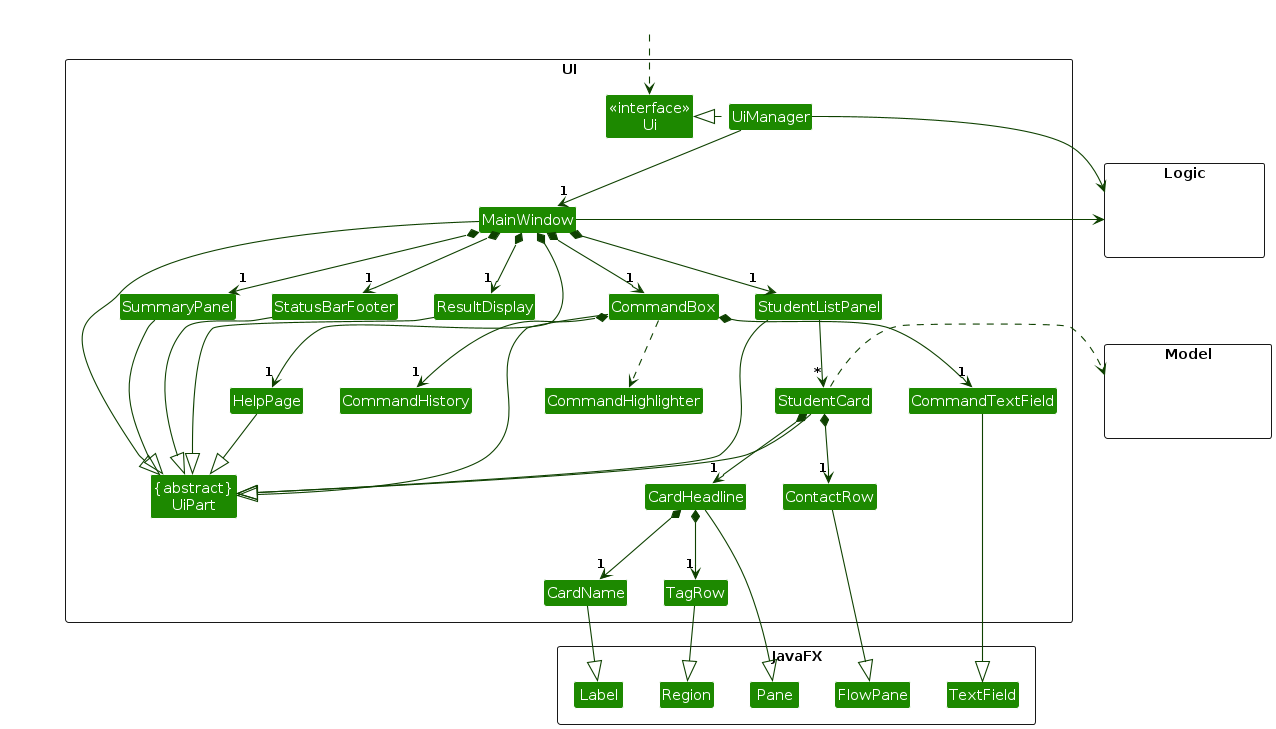
The PlantUML diagram diagrams/UiClassDiagram.png in AY2627S1-CS2103T-T16-1/tp, before a commit. Its source is kept beside it as diagrams/UiClassDiagram.puml.
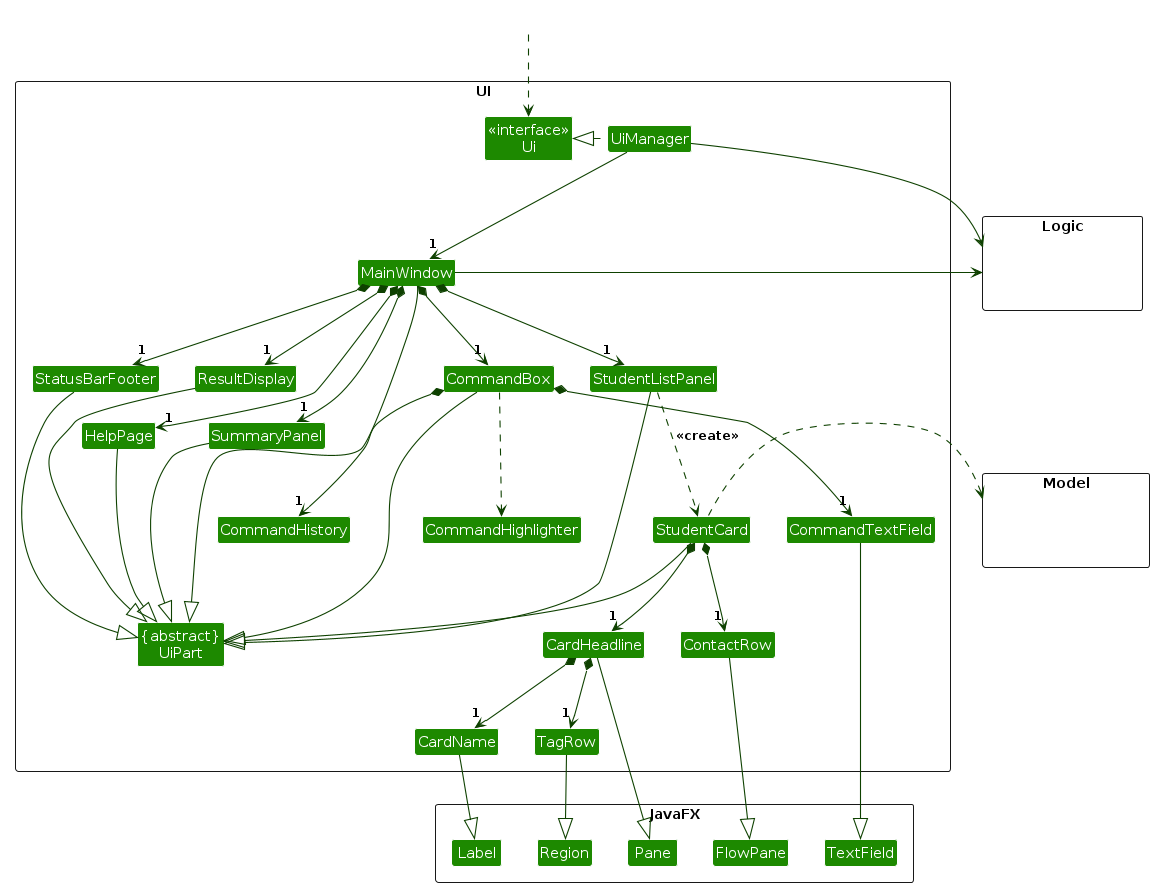
Above is the later version.

Diff of the diagram source:
```diff
@@ -60,7 +60,7 @@
 MainWindow *-down-> "1" SummaryPanel
 MainWindow *-down-> "1" StatusBarFooter
 
-StudentListPanel -down-> "*" StudentCard
+StudentListPanel .down.> StudentCard : <<create>>
 StudentCard *-down-> "1" CardHeadline
 StudentCard *-down-> "1" ContactRow
 CardHeadline *-down-> "1" CardName
```
